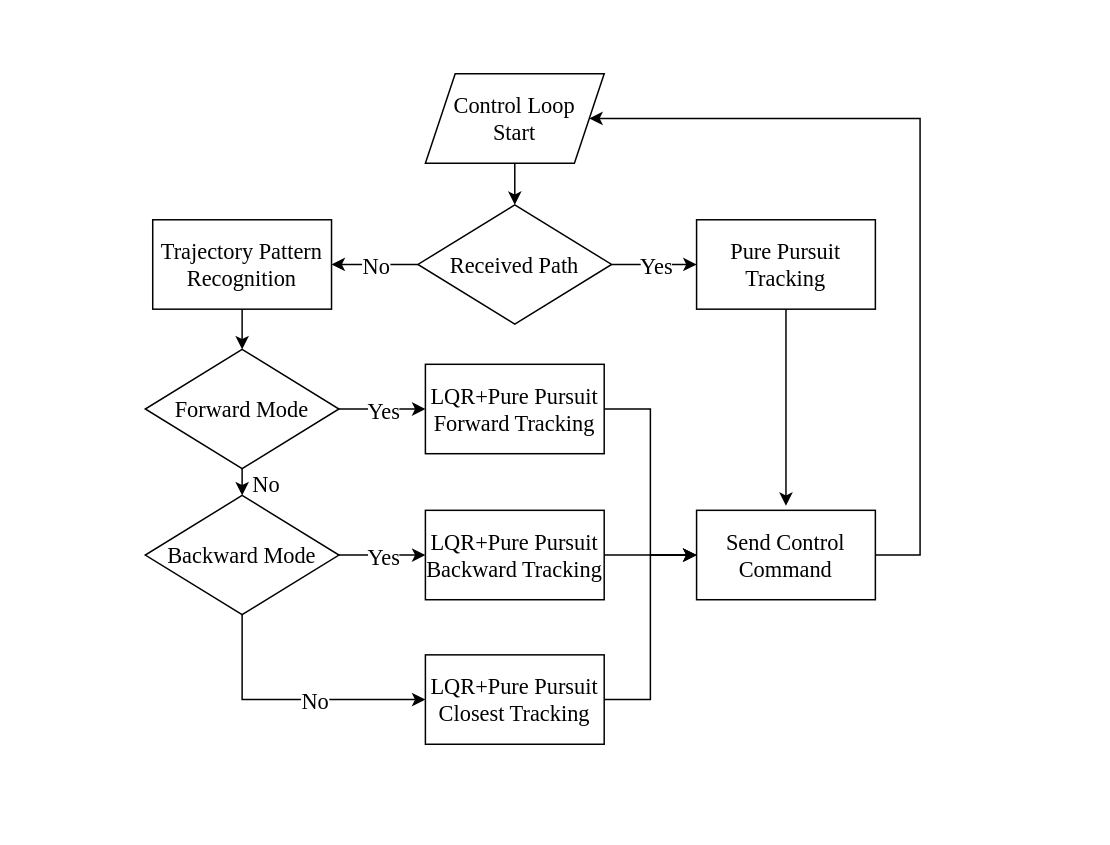
The draw.io diagram LocalRunning.drawio in LeonWong318/Master-thesis, before the edit. Source tidied: cells renumbered, new cells numbered last; positions are measured from the earlier drawing's top-left corner, leaving out a move shared by most shapes. Both pictures are drawn from the tidied source at 149%, with x=0, y=0 at pixel (145, 73).
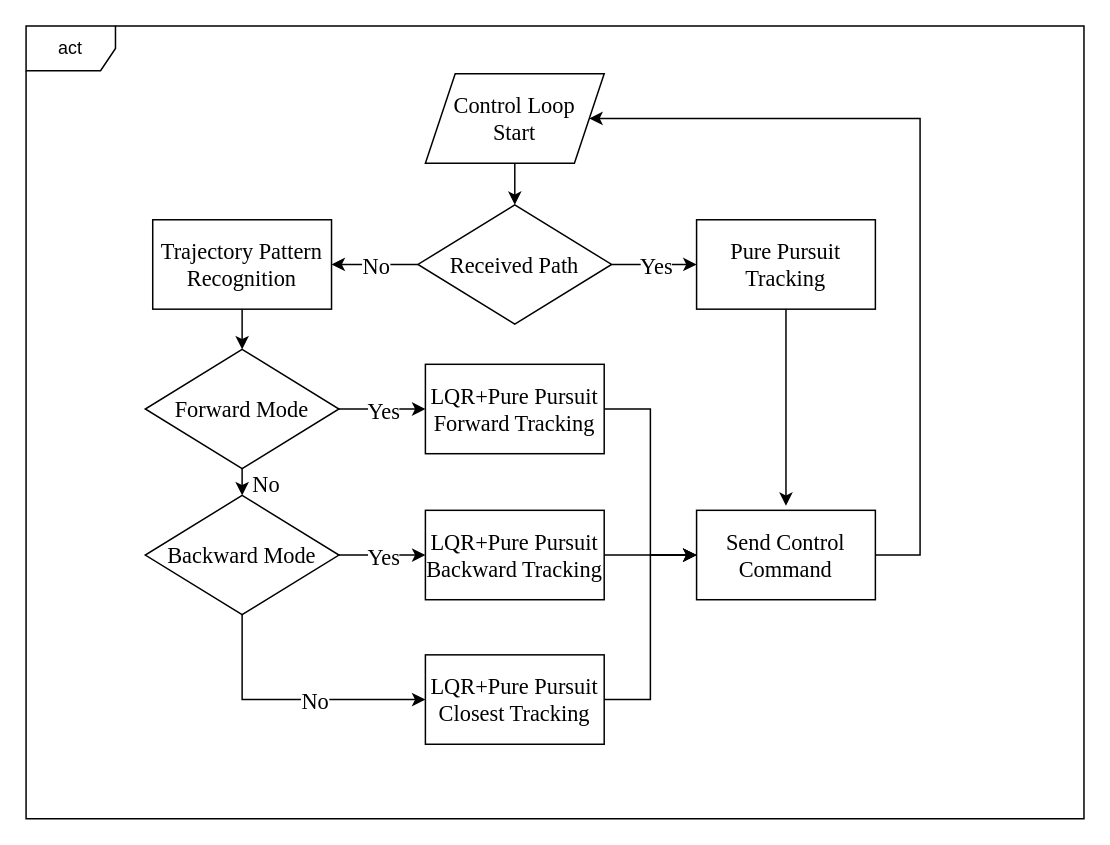
Above is the later version.

Diff of the diagram source:
```diff
@@
+    <mxCell id="31" value="act" style="shape=umlFrame;whiteSpace=wrap;html=1;" parent="1" vertex="1">
+      <mxGeometry x="-80" y="-32" width="710" height="532" as="geometry" />
+    </mxCell>
```
